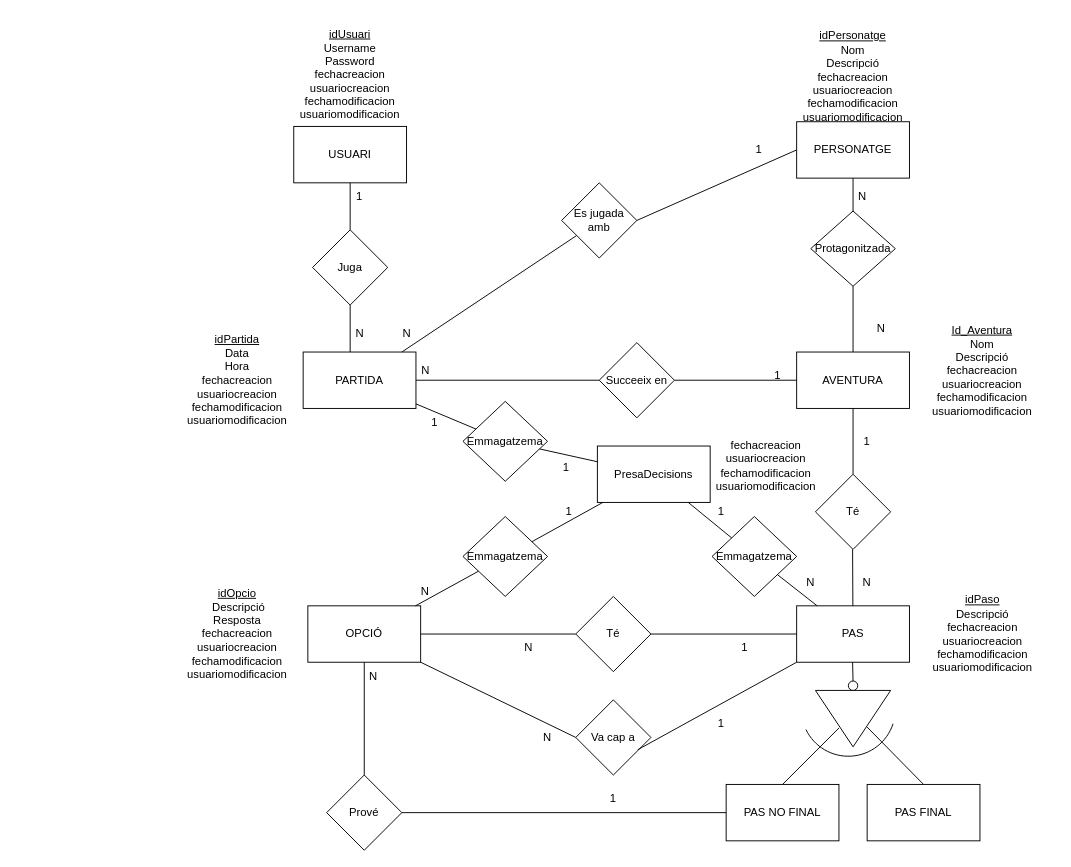
This is M2/DIAGRAMA_BDD.drawio from raul-garcia-sanchez/Proyecto1DAW, a draw.io file, before an edit. Source tidied: cells renumbered, new cells numbered last; positions are measured from the earlier drawing's top-left corner, leaving out a move shared by most shapes. Both pictures are drawn from the tidied source at 94%, with x=0, y=0 at pixel (171, 27).
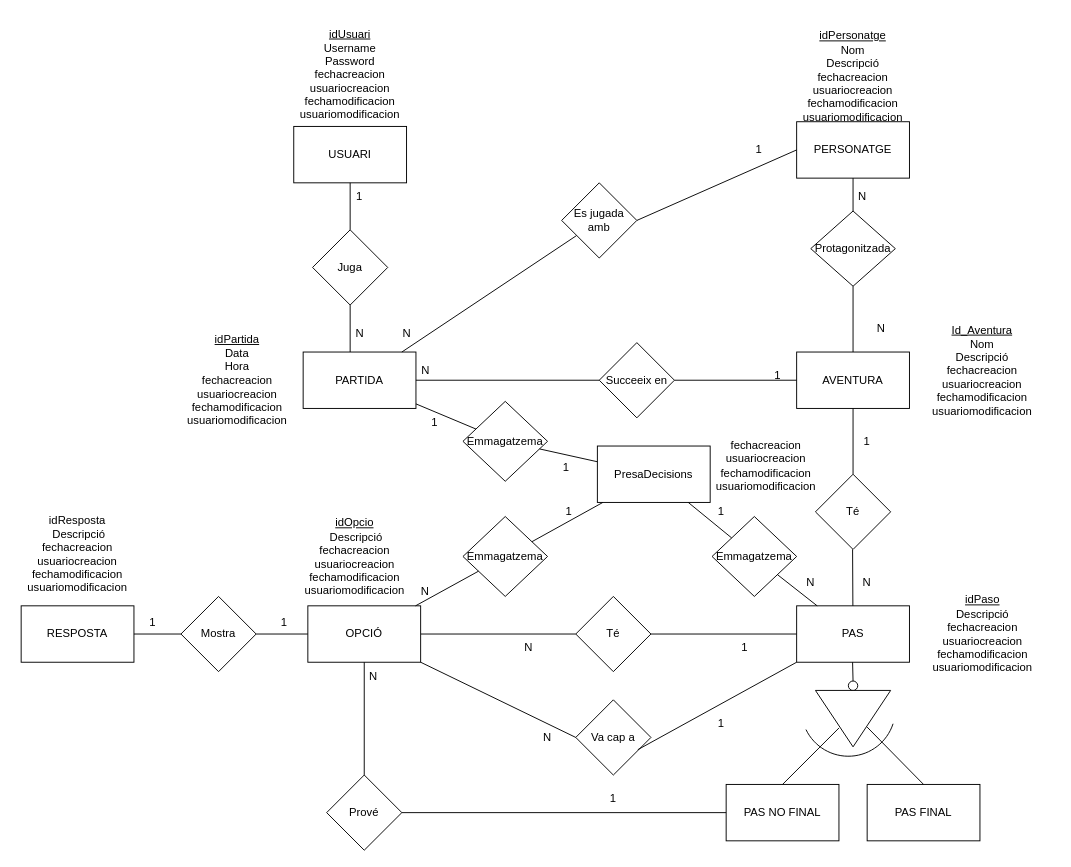
After the change.

Commit message (it also covers changes not shown here):
Modificacion resposta.

The change refers to these unchanged cells:
```xml
<mxCell id="23" value="OPCIÓ" style="rounded=0;whiteSpace=wrap;html=1;" parent="1" vertex="1">
  <mxGeometry x="145" y="615" width="120" height="60" as="geometry" />
</mxCell>
```

Diff of the diagram source:
```diff
@@
-    <mxCell id="24" value="&lt;u&gt;idOpcio&lt;/u&gt;&lt;br&gt;&amp;nbsp;Descripció&lt;br&gt;&lt;div&gt;Resposta&lt;/div&gt;&lt;div&gt;&lt;div&gt;fechacreacion&lt;/div&gt;&lt;div&gt;usuariocreacion&lt;/div&gt;&lt;div&gt;fechamodificacion&lt;/div&gt;usuariomodificacion&lt;/div&gt;" style="text;html=1;strokeColor=none;fillColor=none;align=center;verticalAlign=middle;whiteSpace=wrap;rounded=0;" parent="1" vertex="1">
-      <mxGeometry x="5" y="589.5" width="130" height="110" as="geometry" />
+    <mxCell id="24" value="&lt;u&gt;idOpcio&lt;/u&gt;&lt;br&gt;&amp;nbsp;Descripció&lt;br&gt;&lt;div&gt;&lt;div&gt;fechacreacion&lt;/div&gt;&lt;div&gt;usuariocreacion&lt;/div&gt;&lt;div&gt;fechamodificacion&lt;/div&gt;usuariomodificacion&lt;/div&gt;" style="text;html=1;strokeColor=none;fillColor=none;align=center;verticalAlign=middle;whiteSpace=wrap;rounded=0;" parent="1" vertex="1">
+      <mxGeometry x="130" y="507.5" width="130" height="110" as="geometry" />
     </mxCell>
@@
+    <mxCell id="81" value="RESPOSTA" style="rounded=0;whiteSpace=wrap;html=1;" parent="1" vertex="1">
+      <mxGeometry x="-160" y="615" width="120" height="60" as="geometry" />
+    </mxCell>
+    <mxCell id="82" value="Mostra" style="rhombus;whiteSpace=wrap;html=1;" parent="1" vertex="1">
+      <mxGeometry x="10" y="605" width="80" height="80" as="geometry" />
+    </mxCell>
+    <mxCell id="83" style="endArrow=none;html=1;rounded=0;" parent="1" edge="1" source="82" target="23">
+      <mxGeometry relative="1" as="geometry" />
+    </mxCell>
+    <mxCell id="84" style="endArrow=none;html=1;rounded=0;" parent="1" edge="1" source="81" target="82">
+      <mxGeometry relative="1" as="geometry" />
+    </mxCell>
+    <mxCell id="85" value="1" style="text;html=1;strokeColor=none;fillColor=none;align=center;verticalAlign=middle;whiteSpace=wrap;rounded=0;" parent="1" vertex="1">
+      <mxGeometry x="-50" y="617.5" width="60" height="30" as="geometry" />
+    </mxCell>
+    <mxCell id="86" value="1" style="text;html=1;strokeColor=none;fillColor=none;align=center;verticalAlign=middle;whiteSpace=wrap;rounded=0;" parent="1" vertex="1">
+      <mxGeometry x="90" y="617.5" width="60" height="30" as="geometry" />
+    </mxCell>
+    <mxCell id="87" value="idResposta&lt;br&gt;&amp;nbsp;Descripció&lt;br&gt;&lt;div&gt;&lt;div&gt;fechacreacion&lt;/div&gt;&lt;div&gt;usuariocreacion&lt;/div&gt;&lt;div&gt;fechamodificacion&lt;/div&gt;usuariomodificacion&lt;/div&gt;" style="text;html=1;strokeColor=none;fillColor=none;align=center;verticalAlign=middle;whiteSpace=wrap;rounded=0;" parent="1" vertex="1">
+      <mxGeometry x="-165" y="505" width="130" height="110" as="geometry" />
+    </mxCell>
```
